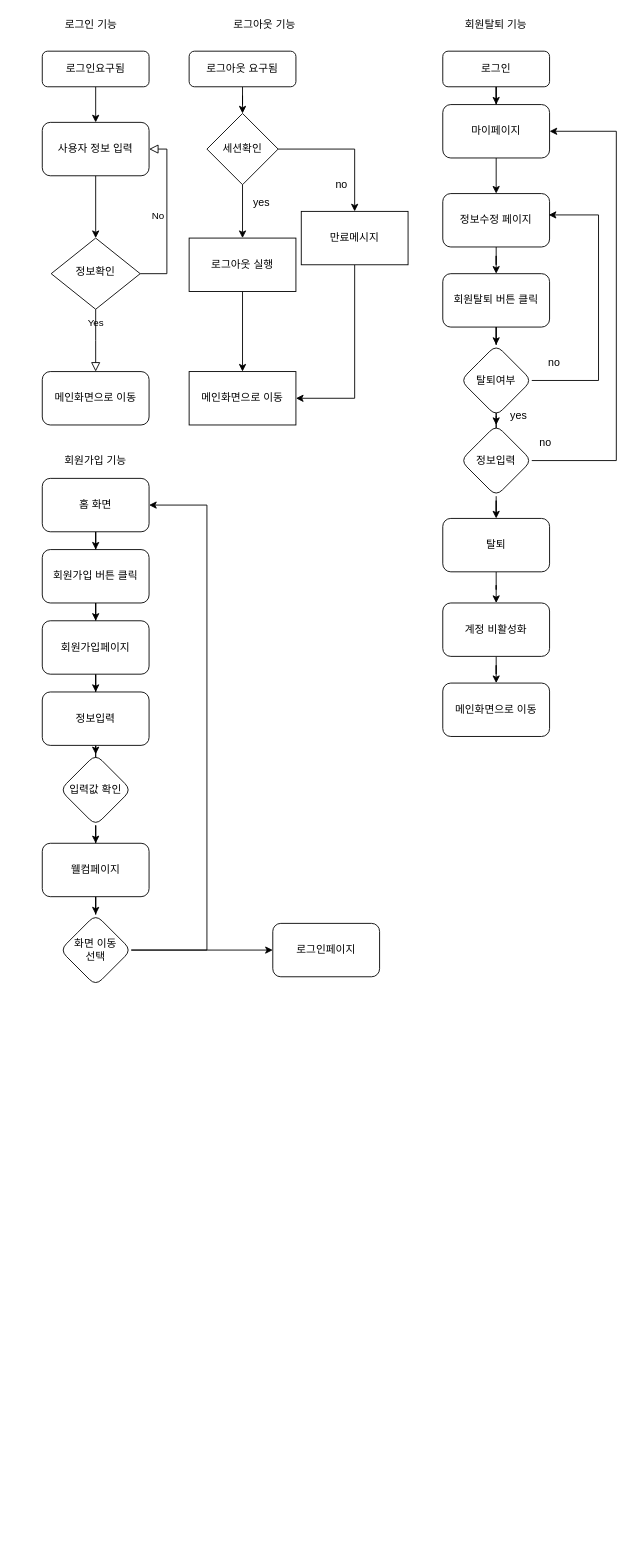
Above: Untitled Diagram.drawio in dahun428/FOR2 (draw.io), before the change. Source tidied: cells renumbered, new cells numbered last; positions are measured from the earlier drawing's top-left corner, leaving out a move shared by most shapes. Both pictures are drawn from the tidied source at 89%, with x=0, y=0 at pixel (15, 15).
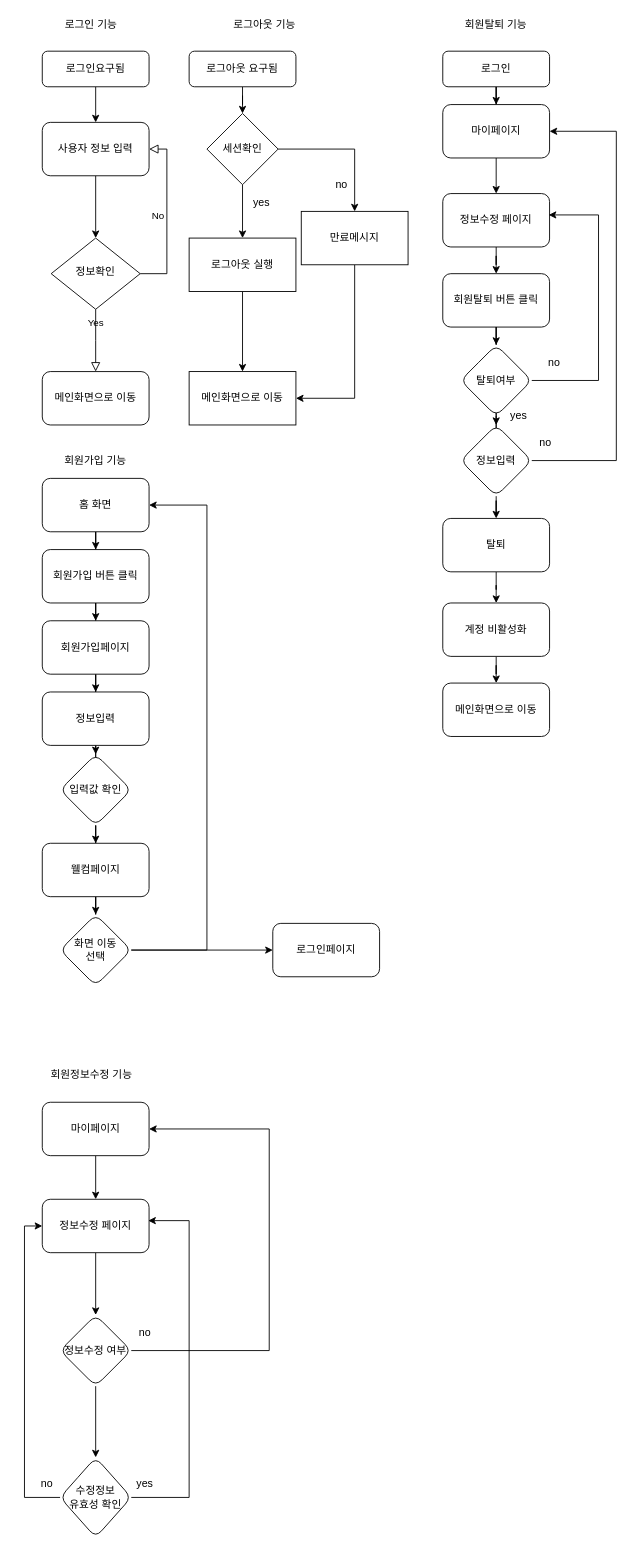
The same page after the edit.

Diff of the diagram source:
```diff
@@
+    <mxCell id="64" style="edgeStyle=orthogonalEdgeStyle;rounded=0;jettySize=auto;html=1;" parent="1" edge="1" source="65" target="68">
+      <mxGeometry relative="1" as="geometry" />
+    </mxCell>
+    <mxCell id="65" value="마이페이지" style="rounded=1;whiteSpace=wrap;html=1;" parent="1" vertex="1">
+      <mxGeometry x="30" y="1221" width="120" height="60" as="geometry" />
+    </mxCell>
+    <mxCell id="66" value="회원정보수정 기능" style="text;html=1;align=center;verticalAlign=middle;" parent="1" vertex="1">
+      <mxGeometry x="30" y="1180" width="110" height="20" as="geometry" />
+    </mxCell>
+    <mxCell id="67" style="edgeStyle=orthogonalEdgeStyle;rounded=0;jettySize=auto;html=1;" parent="1" edge="1" source="68" target="71">
+      <mxGeometry relative="1" as="geometry" />
+    </mxCell>
+    <mxCell id="68" value="정보수정 페이지" style="whiteSpace=wrap;html=1;rounded=1;" parent="1" vertex="1">
+      <mxGeometry x="30" y="1330" width="120" height="60" as="geometry" />
+    </mxCell>
+    <mxCell id="69" style="edgeStyle=orthogonalEdgeStyle;rounded=0;jettySize=auto;html=1;exitX=1;exitY=0.5;exitDx=0;exitDy=0;entryX=1;entryY=0.5;entryDx=0;entryDy=0;" parent="1" edge="1" source="71" target="65">
+      <mxGeometry relative="1" as="geometry">
+        <Array as="points">
+          <mxPoint x="285" y="1500" />
+          <mxPoint x="285" y="1251" />
+        </Array>
+      </mxGeometry>
+    </mxCell>
+    <mxCell id="70" style="edgeStyle=orthogonalEdgeStyle;rounded=0;jettySize=auto;html=1;" parent="1" edge="1" source="71" target="75">
+      <mxGeometry relative="1" as="geometry" />
+    </mxCell>
+    <mxCell id="71" value="정보수정 여부" style="rhombus;whiteSpace=wrap;html=1;rounded=1;" parent="1" vertex="1">
+      <mxGeometry x="50" y="1460" width="80" height="80" as="geometry" />
+    </mxCell>
+    <mxCell id="72" value="no" style="text;html=1;align=center;verticalAlign=middle;" parent="1" vertex="1">
+      <mxGeometry x="130" y="1470" width="30" height="20" as="geometry" />
+    </mxCell>
+    <mxCell id="73" style="edgeStyle=orthogonalEdgeStyle;rounded=0;jettySize=auto;html=1;exitX=0;exitY=0.5;exitDx=0;exitDy=0;entryX=0;entryY=0.5;entryDx=0;entryDy=0;" parent="1" edge="1" source="75" target="68">
+      <mxGeometry relative="1" as="geometry" />
+    </mxCell>
+    <mxCell id="74" style="edgeStyle=orthogonalEdgeStyle;rounded=0;jettySize=auto;html=1;exitX=1;exitY=0.5;exitDx=0;exitDy=0;entryX=0.992;entryY=0.4;entryDx=0;entryDy=0;entryPerimeter=0;" parent="1" edge="1" source="75" target="68">
+      <mxGeometry relative="1" as="geometry">
+        <Array as="points">
+          <mxPoint x="195" y="1665" />
+          <mxPoint x="195" y="1354" />
+        </Array>
+      </mxGeometry>
+    </mxCell>
+    <mxCell id="75" value="수정정보&lt;br&gt;유효성 확인" style="rhombus;whiteSpace=wrap;html=1;rounded=1;" parent="1" vertex="1">
+      <mxGeometry x="50" y="1620" width="80" height="90" as="geometry" />
+    </mxCell>
+    <mxCell id="76" value="no" style="text;html=1;align=center;verticalAlign=middle;" parent="1" vertex="1">
+      <mxGeometry x="20" y="1640" width="30" height="20" as="geometry" />
+    </mxCell>
+    <mxCell id="77" value="yes" style="text;html=1;align=center;verticalAlign=middle;" parent="1" vertex="1">
+      <mxGeometry x="130" y="1640" width="30" height="20" as="geometry" />
+    </mxCell>
```
